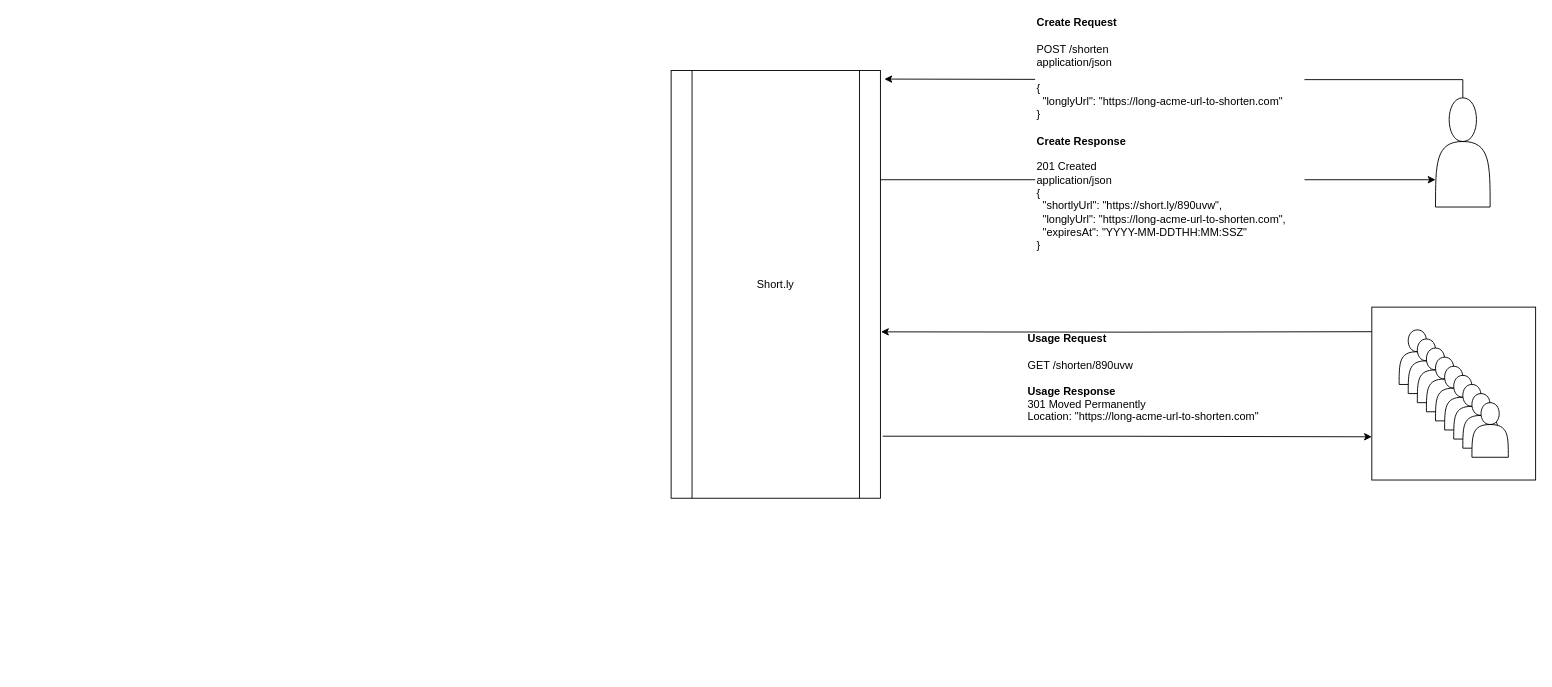
Above: UrlShortener.drawio in shooreshi/draw.io (draw.io), before the change. Source tidied: cells renumbered, new cells numbered last; positions are measured from the earlier drawing's top-left corner, leaving out a move shared by most shapes. Both pictures are drawn from the tidied source at 91%, with x=0, y=0 at pixel (671, 15).
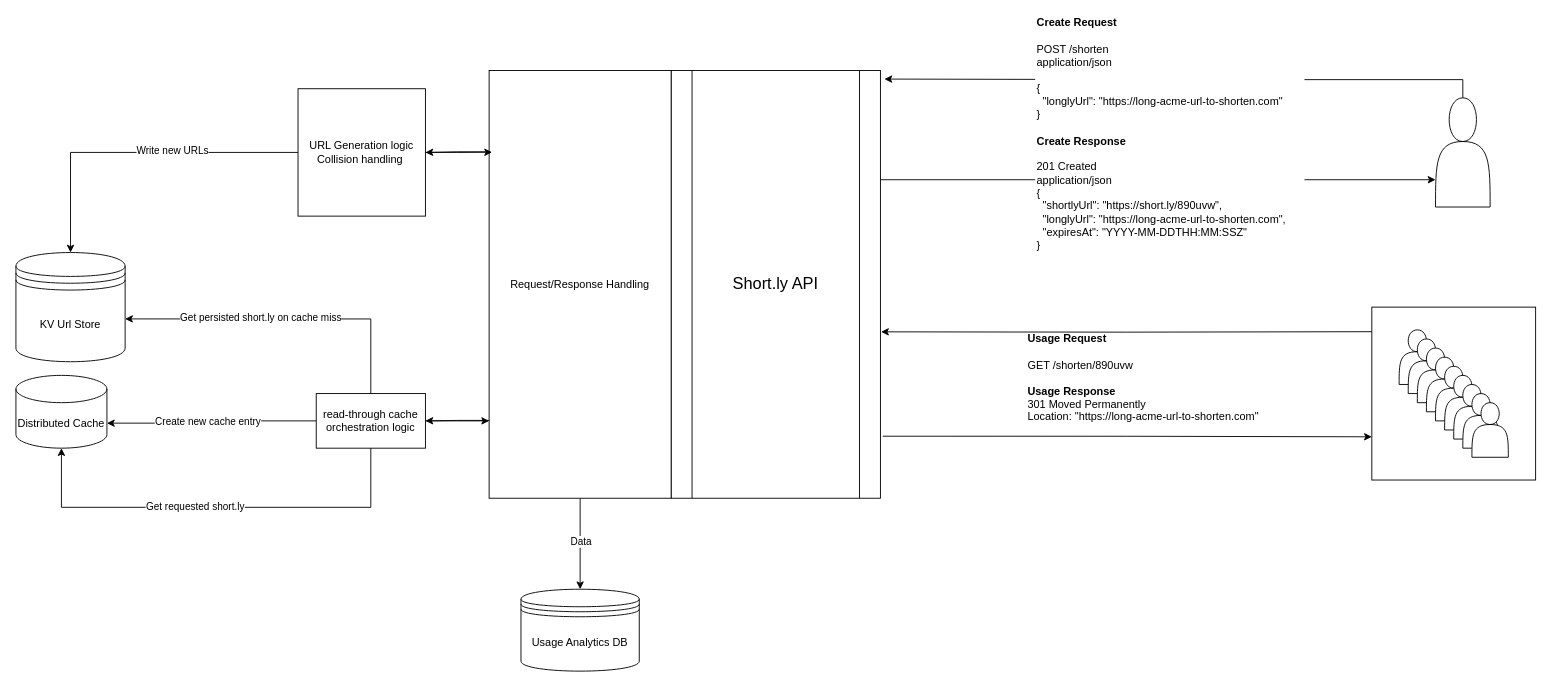
Above is the later version.

Change to the diagram source:
```diff
@@
-    <mxCell id="5" value="Short.ly" style="shape=process;whiteSpace=wrap;html=1;backgroundOutline=1;" parent="1" vertex="1">
+    <mxCell id="5" value="&lt;font style=&quot;font-size: 18px;&quot;&gt;Short.ly API&lt;/font&gt;" style="shape=process;whiteSpace=wrap;html=1;backgroundOutline=1;" parent="1" vertex="1">
       <mxGeometry y="60" width="230" height="470" as="geometry" />
     </mxCell>
@@
+    <mxCell id="21" value="KV Url Store" style="shape=datastore;whiteSpace=wrap;html=1;" parent="1" vertex="1">
+      <mxGeometry x="-720" y="260" width="120" height="120" as="geometry" />
+    </mxCell>
+    <mxCell id="22" value="Distributed Cache" style="shape=cylinder3;whiteSpace=wrap;html=1;boundedLbl=1;backgroundOutline=1;size=15;" parent="1" vertex="1">
+      <mxGeometry x="-720" y="395" width="100" height="80" as="geometry" />
+    </mxCell>
+    <mxCell id="23" style="edgeStyle=orthogonalEdgeStyle;rounded=0;jettySize=auto;html=1;entryX=0.5;entryY=0;entryDx=0;entryDy=0;" parent="1" edge="1" source="25" target="21">
+      <mxGeometry relative="1" as="geometry" />
+    </mxCell>
+    <mxCell id="24" value="Write new URLs" style="edgeLabel;html=1;align=center;verticalAlign=middle;" parent="23" vertex="1">
+      <mxGeometry x="-0.23" y="-3" relative="1" as="geometry" />
+    </mxCell>
+    <mxCell id="25" value="URL Generation logic&lt;div&gt;Collision handling&lt;span style=&quot;background-color: initial;&quot;&gt;&amp;nbsp;&lt;/span&gt;&lt;/div&gt;" style="rounded=0;whiteSpace=wrap;html=1;" parent="1" vertex="1">
+      <mxGeometry x="-410" y="80" width="140" height="140" as="geometry" />
+    </mxCell>
+    <mxCell id="26" style="edgeStyle=orthogonalEdgeStyle;rounded=0;jettySize=auto;html=1;" parent="1" edge="1" source="27">
+      <mxGeometry relative="1" as="geometry">
+        <mxPoint x="-200" y="445" as="targetPoint" />
+      </mxGeometry>
+    </mxCell>
+    <mxCell id="27" value="read-through cache orchestration logic" style="rounded=0;whiteSpace=wrap;html=1;" parent="1" vertex="1">
+      <mxGeometry x="-390" y="415" width="120" height="60" as="geometry" />
+    </mxCell>
+    <mxCell id="28" style="edgeStyle=orthogonalEdgeStyle;rounded=0;jettySize=auto;html=1;entryX=0.5;entryY=1;entryDx=0;entryDy=0;entryPerimeter=0;exitX=0.5;exitY=1;exitDx=0;exitDy=0;" parent="1" edge="1" source="27" target="22">
+      <mxGeometry relative="1" as="geometry">
+        <Array as="points">
+          <mxPoint x="-330" y="540" />
+          <mxPoint x="-670" y="540" />
+        </Array>
+      </mxGeometry>
+    </mxCell>
+    <mxCell id="29" value="Get requested short.ly" style="edgeLabel;html=1;align=center;verticalAlign=middle;" parent="28" vertex="1">
+      <mxGeometry x="0.1" y="-2" relative="1" as="geometry" />
+    </mxCell>
+    <mxCell id="30" style="edgeStyle=orthogonalEdgeStyle;rounded=0;jettySize=auto;html=1;entryX=1;entryY=0;entryDx=0;entryDy=52.5;entryPerimeter=0;" parent="1" edge="1" source="27" target="22">
+      <mxGeometry relative="1" as="geometry" />
+    </mxCell>
+    <mxCell id="31" value="Create new cache entry" style="edgeLabel;html=1;align=center;verticalAlign=middle;" parent="30" vertex="1">
+      <mxGeometry x="0.06" y="-2" relative="1" as="geometry">
+        <mxPoint x="1" as="offset" />
+      </mxGeometry>
+    </mxCell>
+    <mxCell id="32" style="edgeStyle=orthogonalEdgeStyle;rounded=0;jettySize=auto;html=1;entryX=1;entryY=0.608;entryDx=0;entryDy=0;entryPerimeter=0;exitX=0.5;exitY=0;exitDx=0;exitDy=0;" parent="1" edge="1" source="27" target="21">
+      <mxGeometry relative="1" as="geometry" />
+    </mxCell>
+    <mxCell id="33" value="Get persisted short.ly on cache miss" style="edgeLabel;html=1;align=center;verticalAlign=middle;" parent="32" vertex="1">
+      <mxGeometry x="0.16" y="-1" relative="1" as="geometry" />
+    </mxCell>
+    <mxCell id="34" value="Usage Analytics DB" style="shape=datastore;whiteSpace=wrap;html=1;" parent="1" vertex="1">
+      <mxGeometry x="-165" y="630" width="130" height="90" as="geometry" />
+    </mxCell>
+    <mxCell id="35" style="edgeStyle=orthogonalEdgeStyle;rounded=0;jettySize=auto;html=1;" parent="1" edge="1" source="39" target="34">
+      <mxGeometry relative="1" as="geometry" />
+    </mxCell>
+    <mxCell id="36" value="Data" style="edgeLabel;html=1;align=center;verticalAlign=middle;" parent="35" vertex="1">
+      <mxGeometry x="-0.06" relative="1" as="geometry" />
+    </mxCell>
+    <mxCell id="37" style="edgeStyle=orthogonalEdgeStyle;rounded=0;jettySize=auto;html=1;entryX=1;entryY=0.5;entryDx=0;entryDy=0;exitX=0.01;exitY=0.818;exitDx=0;exitDy=0;exitPerimeter=0;" parent="1" edge="1" source="39" target="27">
+      <mxGeometry relative="1" as="geometry" />
+    </mxCell>
+    <mxCell id="38" style="edgeStyle=orthogonalEdgeStyle;rounded=0;jettySize=auto;html=1;entryX=1;entryY=0.5;entryDx=0;entryDy=0;exitX=0.001;exitY=0.19;exitDx=0;exitDy=0;exitPerimeter=0;" parent="1" edge="1" source="39" target="25">
+      <mxGeometry relative="1" as="geometry" />
+    </mxCell>
+    <mxCell id="39" value="Request/Response Handling" style="rounded=0;whiteSpace=wrap;html=1;" parent="1" vertex="1">
+      <mxGeometry x="-200" y="60" width="200" height="470" as="geometry" />
+    </mxCell>
+    <mxCell id="40" style="edgeStyle=orthogonalEdgeStyle;rounded=0;jettySize=auto;html=1;entryX=0.016;entryY=0.191;entryDx=0;entryDy=0;entryPerimeter=0;" parent="1" edge="1" source="25" target="39">
+      <mxGeometry relative="1" as="geometry" />
+    </mxCell>
```
